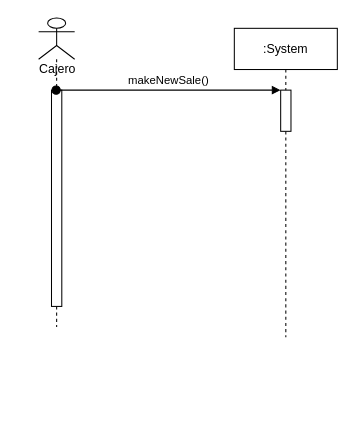
Earlier version of the draw.io diagram page "SSD" (2 of 2) of UML-Sandbox.drawio (TMP-DARQSW/UML-Sandbox). Source tidied: cells renumbered, new cells numbered last; positions are measured from the earlier drawing's top-left corner, leaving out a move shared by most shapes. Both pictures are drawn from the tidied source at 103%, with x=0, y=0 at pixel (30, 18).
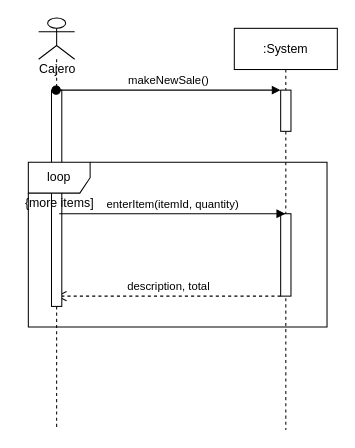
The same page after the edit.

Commit message:
Actualizando SSD

What changed in the source:
```diff
@@
 <mxGraphModel>
   <root>
     <mxCell id="0" />
     <mxCell id="1" parent="0" />
     <mxCell id="2" value=":System" style="shape=umlLifeline;perimeter=lifelinePerimeter;whiteSpace=wrap;html=1;outlineConnect=0;" parent="1" vertex="1">
-      <mxGeometry x="198" y="10" width="100" height="300" as="geometry" />
+      <mxGeometry x="198" y="10" width="100" height="390" as="geometry" />
     </mxCell>
     <mxCell id="3" style="html=1;points=[];perimeter=orthogonalPerimeter;" parent="2" vertex="1">
       <mxGeometry x="45" y="60" width="10" height="40" as="geometry" />
     </mxCell>
+    <mxCell id="8" style="html=1;perimeter=orthogonalPerimeter;" parent="2" vertex="1">
+      <mxGeometry x="45" y="180" width="10" height="80" as="geometry" />
+    </mxCell>
+    <mxCell id="9" value="description, total" style="html=1;verticalAlign=bottom;endArrow=open;dashed=1;endSize=8;rounded=0;" parent="2" edge="1" target="4">
+      <mxGeometry relative="1" as="geometry">
+        <mxPoint x="45" y="260" as="sourcePoint" />
+      </mxGeometry>
+    </mxCell>
     <mxCell id="4" style="shape=umlLifeline;participant=umlActor;perimeter=lifelinePerimeter;whiteSpace=wrap;html=1;verticalAlign=top;spacingTop=36;outlineConnect=0;" parent="1" vertex="1">
-      <mxGeometry x="8" width="35" height="300" as="geometry" />
+      <mxGeometry x="8" width="35" height="400" as="geometry" />
     </mxCell>
+    <mxCell id="6" style="html=1;perimeter=orthogonalPerimeter;" parent="4" vertex="1">
+      <mxGeometry x="12.5" y="70" width="10" height="210" as="geometry" />
+    </mxCell>
     <mxCell id="5" value="Cajero" style="text;html=1;align=center;verticalAlign=middle;strokeColor=none;fillColor=none;" parent="4" vertex="1">
       <mxGeometry x="-7.5" y="40" width="50" height="20" as="geometry" />
     </mxCell>
-    <mxCell id="6" style="html=1;perimeter=orthogonalPerimeter;" parent="4" vertex="1">
-      <mxGeometry x="12.5" y="70" width="10" height="210" as="geometry" />
-    </mxCell>
     <mxCell id="7" value="makeNewSale()" style="html=1;verticalAlign=bottom;startArrow=oval;endArrow=block;startSize=8;rounded=0;" parent="1" edge="1" source="4" target="3">
       <mxGeometry relative="1" as="geometry">
         <Array as="points">
           <mxPoint x="168" y="70" />
         </Array>
       </mxGeometry>
     </mxCell>
+    <mxCell id="10" value="enterItem(itemId, quantity)" style="html=1;verticalAlign=bottom;endArrow=block;rounded=0;" parent="1" edge="1" target="2">
+      <mxGeometry relative="1" as="geometry">
+        <mxPoint x="28" y="190" as="sourcePoint" />
+      </mxGeometry>
+    </mxCell>
+    <mxCell id="11" value="loop" style="shape=umlFrame;whiteSpace=wrap;html=1;" parent="1" vertex="1">
+      <mxGeometry x="-2" y="140" width="290" height="160" as="geometry" />
+    </mxCell>
+    <mxCell id="12" value="{more items]" style="text;html=1;align=center;verticalAlign=middle;strokeColor=none;fillColor=none;" parent="1" vertex="1">
+      <mxGeometry x="-12" y="170" width="80" height="20" as="geometry" />
+    </mxCell>
   </root>
 </mxGraphModel>
```
